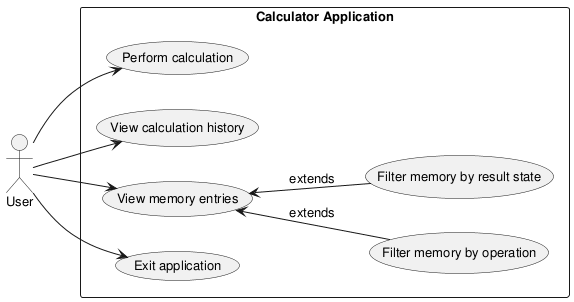
Above: experiments/supervisor_as_tools/user_stories/calculator/artifacts/use_case_diagram.png in DanielRiha8906/Software_autoevolution_using_agents (PlantUML), before the change.
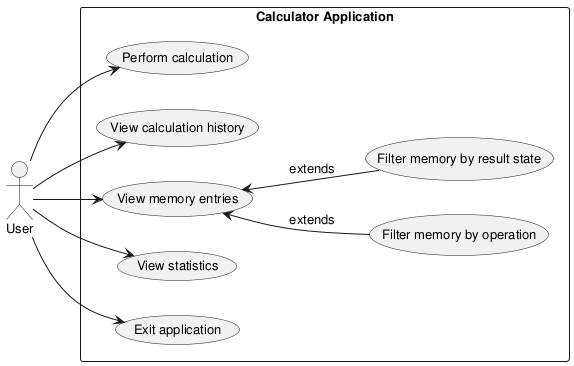
Later version of the same file.

Diff of the diagram source:
```diff
@@ -12,6 +12,7 @@
     usecase "View memory entries" as UC_Memory
     usecase "Filter memory by operation" as UC_FilterOp
     usecase "Filter memory by result state" as UC_FilterSuccess
+    usecase "View statistics" as UC_Stats
     usecase "Exit application" as UC_Exit
 
 }
@@ -21,6 +22,7 @@
 User --> UC_Memory
 UC_Memory <-- UC_FilterOp : extends
 UC_Memory <-- UC_FilterSuccess : extends
+User --> UC_Stats
 User --> UC_Exit
 
 @enduml
```
